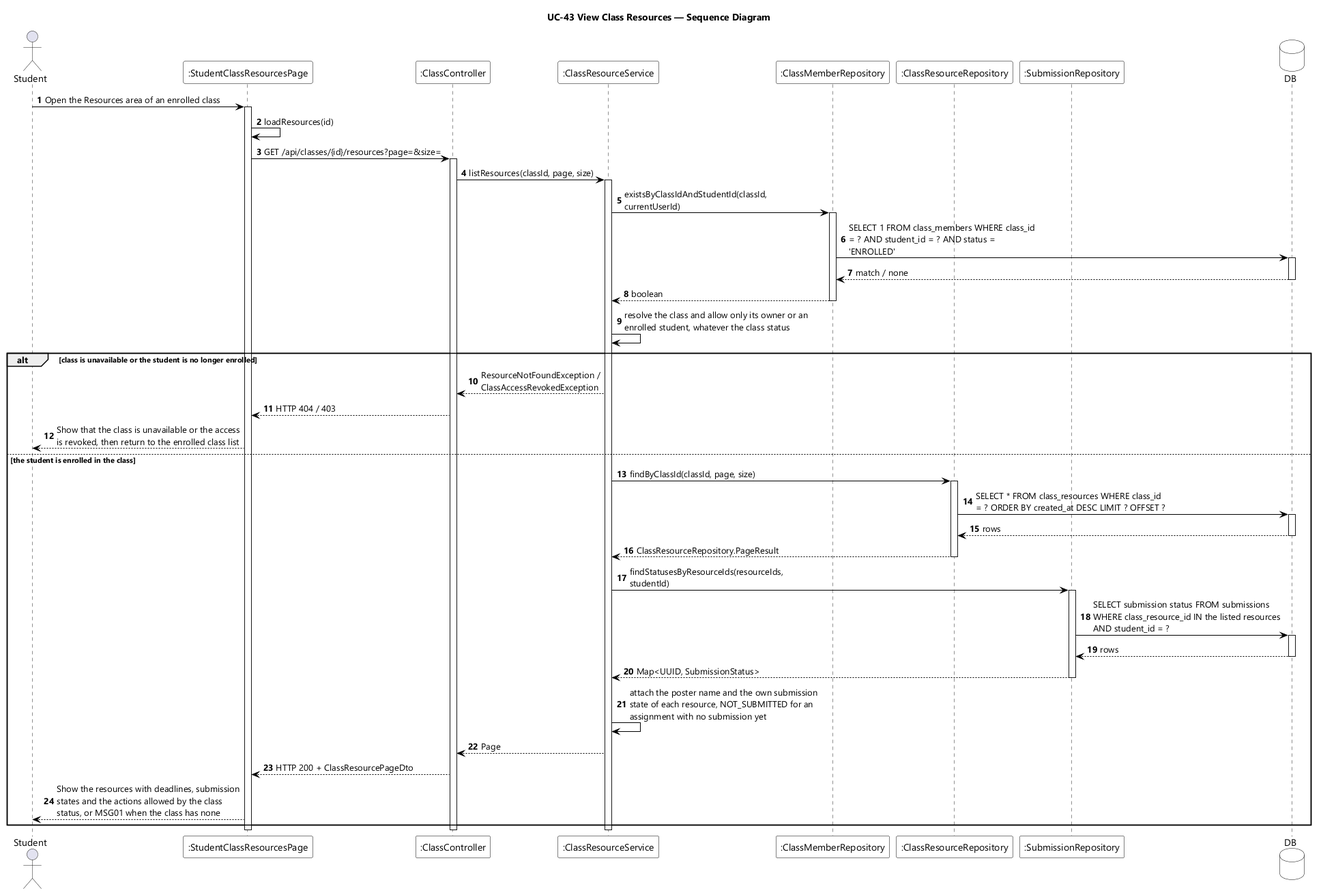
This is designs/sds-diagrams/uc43/uc43-sequence-diagram.png from EduA-system/EduA-system, a PlantUML export, as it was before one commit.
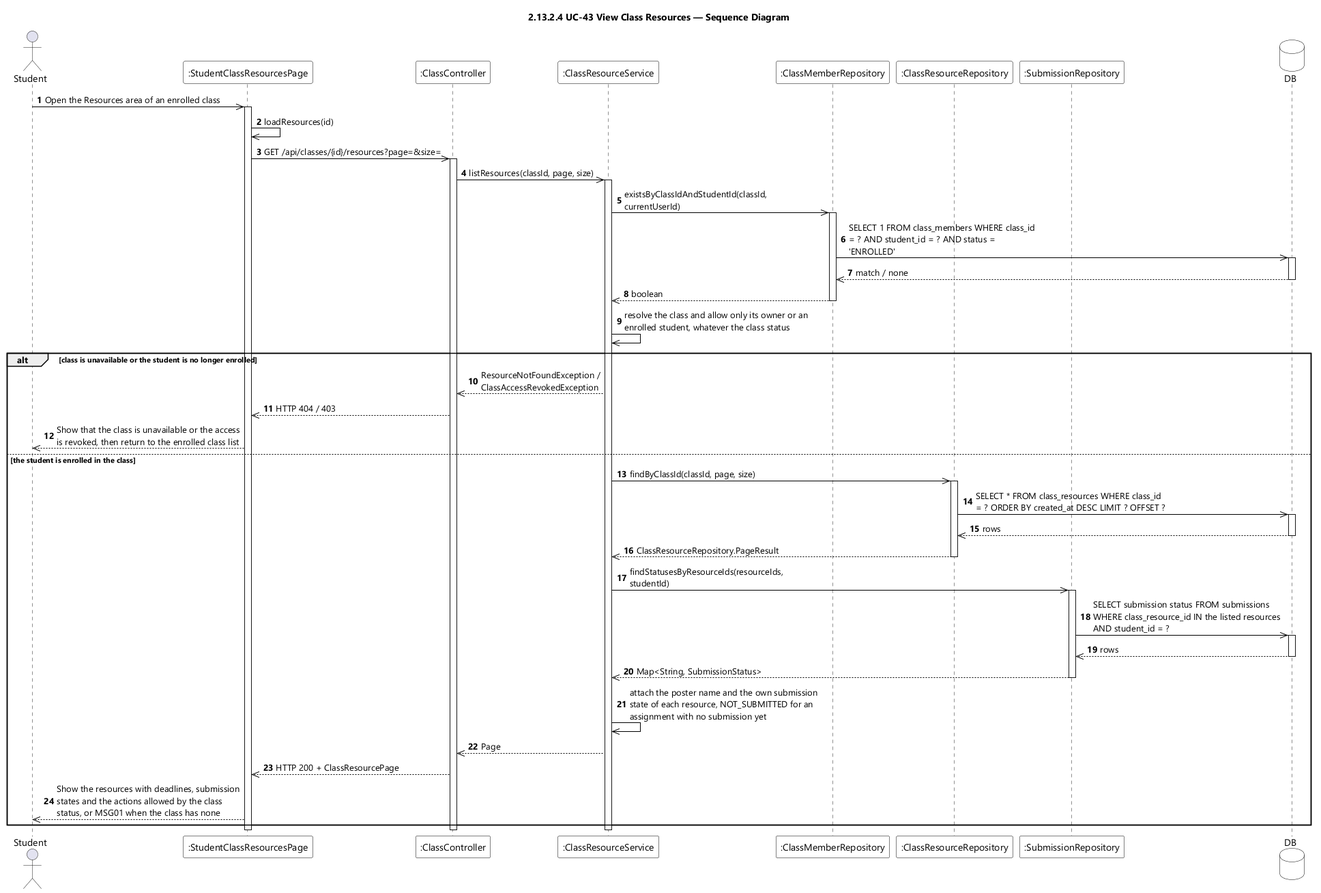
After the change.

What changed in the source:
```diff
@@ -9,7 +9,7 @@
 skinparam ArrowColor #000000
 skinparam sequenceMessageAlign left
 skinparam maxMessageSize 280
-title UC-43 View Class Resources — Sequence Diagram
+title 2.13.2.4 UC-43 View Class Resources — Sequence Diagram
 
 actor Student
 participant ":StudentClassResourcesPage" as UI
@@ -21,49 +21,49 @@
 database DB
 
 autonumber
-Student -> UI : Open the Resources area of an enrolled class
+Student ->> UI : Open the Resources area of an enrolled class
 activate UI
-UI -> UI : loadResources(id)
-UI -> CTL : GET /api/classes/{id}/resources?page=&size=
+UI ->> UI : loadResources(id)
+UI ->> CTL : GET /api/classes/{id}/resources?page=&size=
 activate CTL
-CTL -> SVC : listResources(classId, page, size)
+CTL ->> SVC : listResources(classId, page, size)
 activate SVC
-SVC -> MEM : existsByClassIdAndStudentId(classId, currentUserId)
+SVC ->> MEM : existsByClassIdAndStudentId(classId, currentUserId)
 activate MEM
-MEM -> DB : SELECT 1 FROM class_members WHERE class_id = ? AND student_id = ? AND status = 'ENROLLED'
+MEM ->> DB : SELECT 1 FROM class_members WHERE class_id = ? AND student_id = ? AND status = 'ENROLLED'
 activate DB
-DB --> MEM : match / none
+DB -->> MEM : match / none
 deactivate DB
-MEM --> SVC : boolean
+MEM -->> SVC : boolean
 deactivate MEM
-SVC -> SVC : resolve the class and allow only its owner or an enrolled student, whatever the class status
+SVC ->> SVC : resolve the class and allow only its owner or an enrolled student, whatever the class status
 
 alt class is unavailable or the student is no longer enrolled
-  SVC --> CTL : ResourceNotFoundException / ClassAccessRevokedException
-  CTL --> UI : HTTP 404 / 403
-  UI --> Student : Show that the class is unavailable or the access is revoked, then return to the enrolled class list
+  SVC -->> CTL : ResourceNotFoundException / ClassAccessRevokedException
+  CTL -->> UI : HTTP 404 / 403
+  UI -->> Student : Show that the class is unavailable or the access is revoked, then return to the enrolled class list
 
 else the student is enrolled in the class
-  SVC -> RES : findByClassId(classId, page, size)
+  SVC ->> RES : findByClassId(classId, page, size)
   activate RES
-  RES -> DB : SELECT * FROM class_resources WHERE class_id = ? ORDER BY created_at DESC LIMIT ? OFFSET ?
+  RES ->> DB : SELECT * FROM class_resources WHERE class_id = ? ORDER BY created_at DESC LIMIT ? OFFSET ?
   activate DB
-  DB --> RES : rows
+  DB -->> RES : rows
   deactivate DB
-  RES --> SVC : ClassResourceRepository.PageResult
+  RES -->> SVC : ClassResourceRepository.PageResult
   deactivate RES
-  SVC -> SUBS : findStatusesByResourceIds(resourceIds, studentId)
+  SVC ->> SUBS : findStatusesByResourceIds(resourceIds, studentId)
   activate SUBS
-  SUBS -> DB : SELECT submission status FROM submissions WHERE class_resource_id IN the listed resources AND student_id = ?
+  SUBS ->> DB : SELECT submission status FROM submissions WHERE class_resource_id IN the listed resources AND student_id = ?
   activate DB
-  DB --> SUBS : rows
+  DB -->> SUBS : rows
   deactivate DB
-  SUBS --> SVC : Map<UUID, SubmissionStatus>
+  SUBS -->> SVC : Map<String, SubmissionStatus>
   deactivate SUBS
-  SVC -> SVC : attach the poster name and the own submission state of each resource, NOT_SUBMITTED for an assignment with no submission yet
-  SVC --> CTL : Page
-  CTL --> UI : HTTP 200 + ClassResourcePageDto
-  UI --> Student : Show the resources with deadlines, submission states and the actions allowed by the class status, or MSG01 when the class has none
+  SVC ->> SVC : attach the poster name and the own submission state of each resource, NOT_SUBMITTED for an assignment with no submission yet
+  SVC -->> CTL : Page
+  CTL -->> UI : HTTP 200 + ClassResourcePage
+  UI -->> Student : Show the resources with deadlines, submission states and the actions allowed by the class status, or MSG01 when the class has none
 end
 deactivate SVC
 deactivate CTL
```
